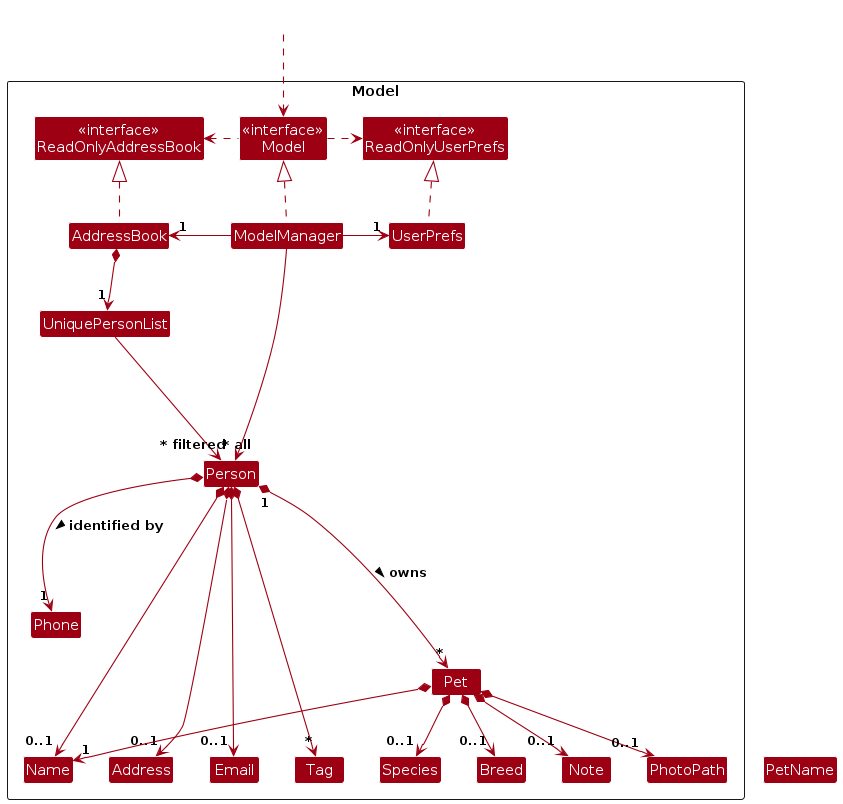
The PlantUML diagram diagrams/ModelClassDiagram.png in AY2526S2-CS2103T-F14-2/tp, before a commit. Its source is kept beside it as diagrams/ModelClassDiagram.puml.
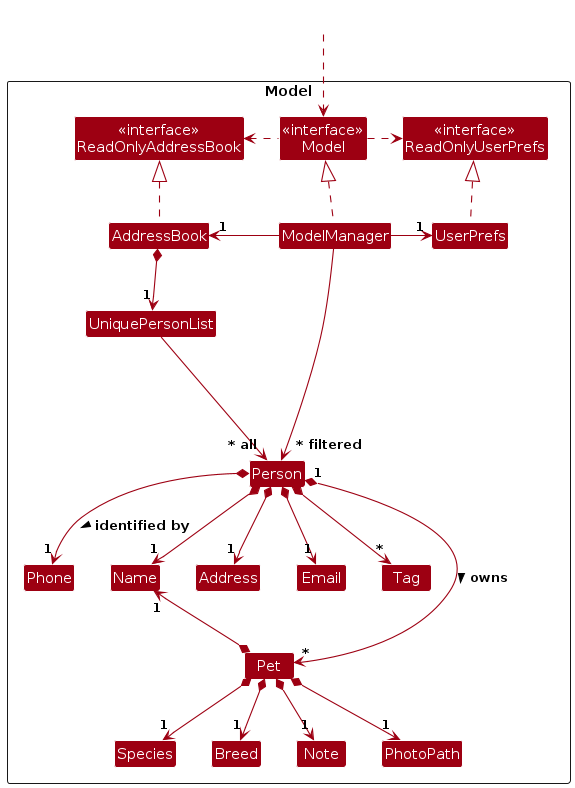
The same diagram one commit later.

What changed in the source:
```diff
@@ -44,29 +44,28 @@
 UniquePersonList --> "~* all" Person
 
 Person *--> "1" Phone : identified by >
-Person *--> "0..1" Name
-Person *--> "0..1" Email
-Person *--> "0..1" Address
+Person *--> "1" Name
+Person *--> "1" Address
+Person *--> "1" Email
 Person *--> "*" Tag
 Person "1" *---> "*" Pet : owns >
 
-Pet *--> "1" Name
-Pet *--> "0..1" Species
-Pet *--> "0..1" Breed
-Pet *--> "0..1" Note
-Pet *--> "0..1" PhotoPath
+Pet *-up-> "1" Name
+Pet *--> "1" Species
+Pet *--> "1" Breed
+Pet *--> "1" Note
+Pet *--> "1" PhotoPath
 
 ModelManager --> "~* filtered" Person
 Person -[hidden]up--> I
 UniquePersonList -[hidden]right-> I
-
 
 Phone -[hidden]right-> Name
 Name -[hidden]right-> Address
 Address -[hidden]right-> Email
 Email -[hidden]right-> Tag
 
-PetName -[hidden]right-> Species
+
 Species -[hidden]right-> Breed
 Breed -[hidden]right-> Note
 Note -[hidden]right-> PhotoPath
```
